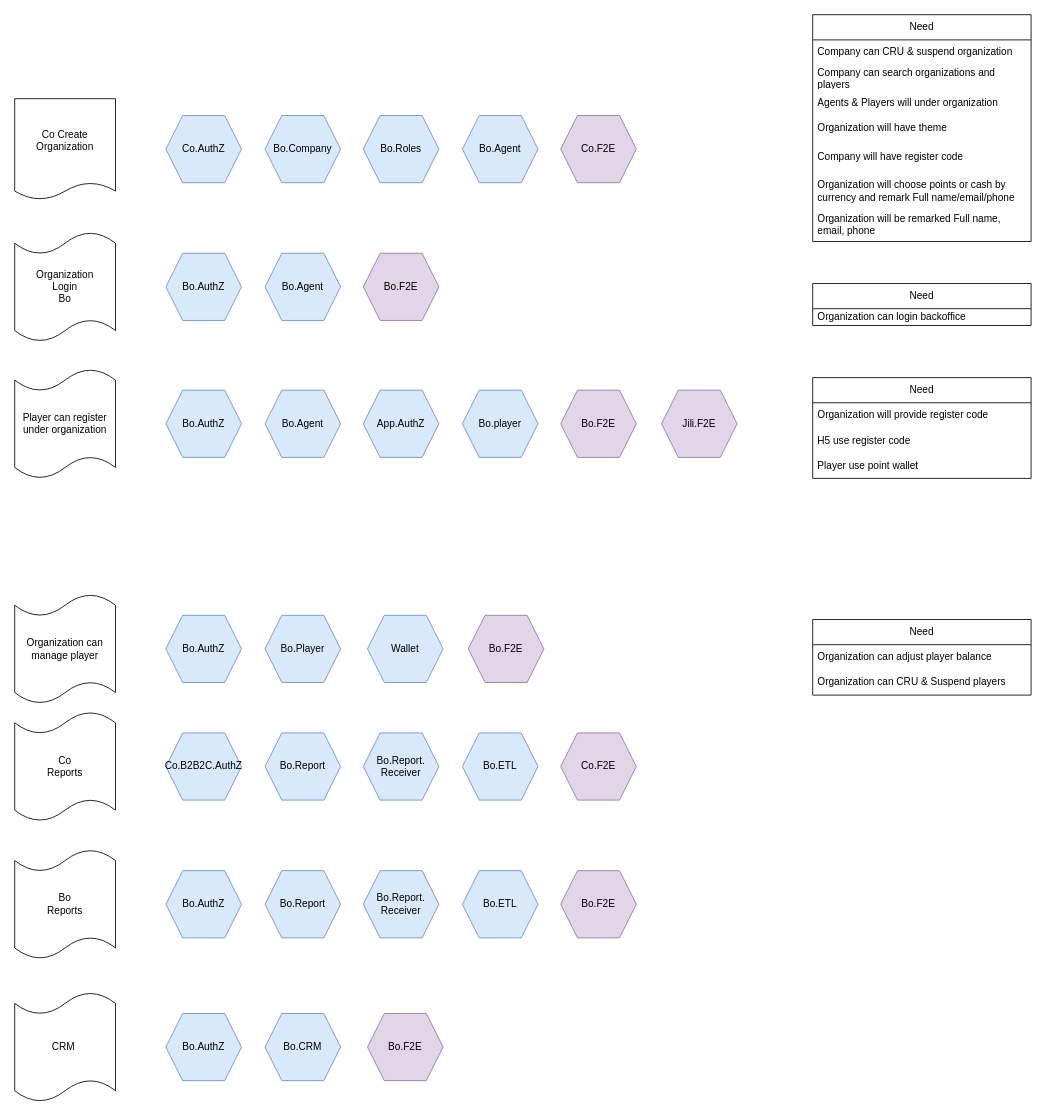
Before: page "Develop Order" (6 of 6) of Bluewhale.drawio in ZoeHYH/Bluewhale, a draw.io diagram. Source tidied: cells renumbered, new cells numbered last; positions are measured from the earlier drawing's top-left corner, leaving out a move shared by most shapes. Both pictures are drawn from the tidied source at 84%, with x=0, y=0 at pixel (14, 14).
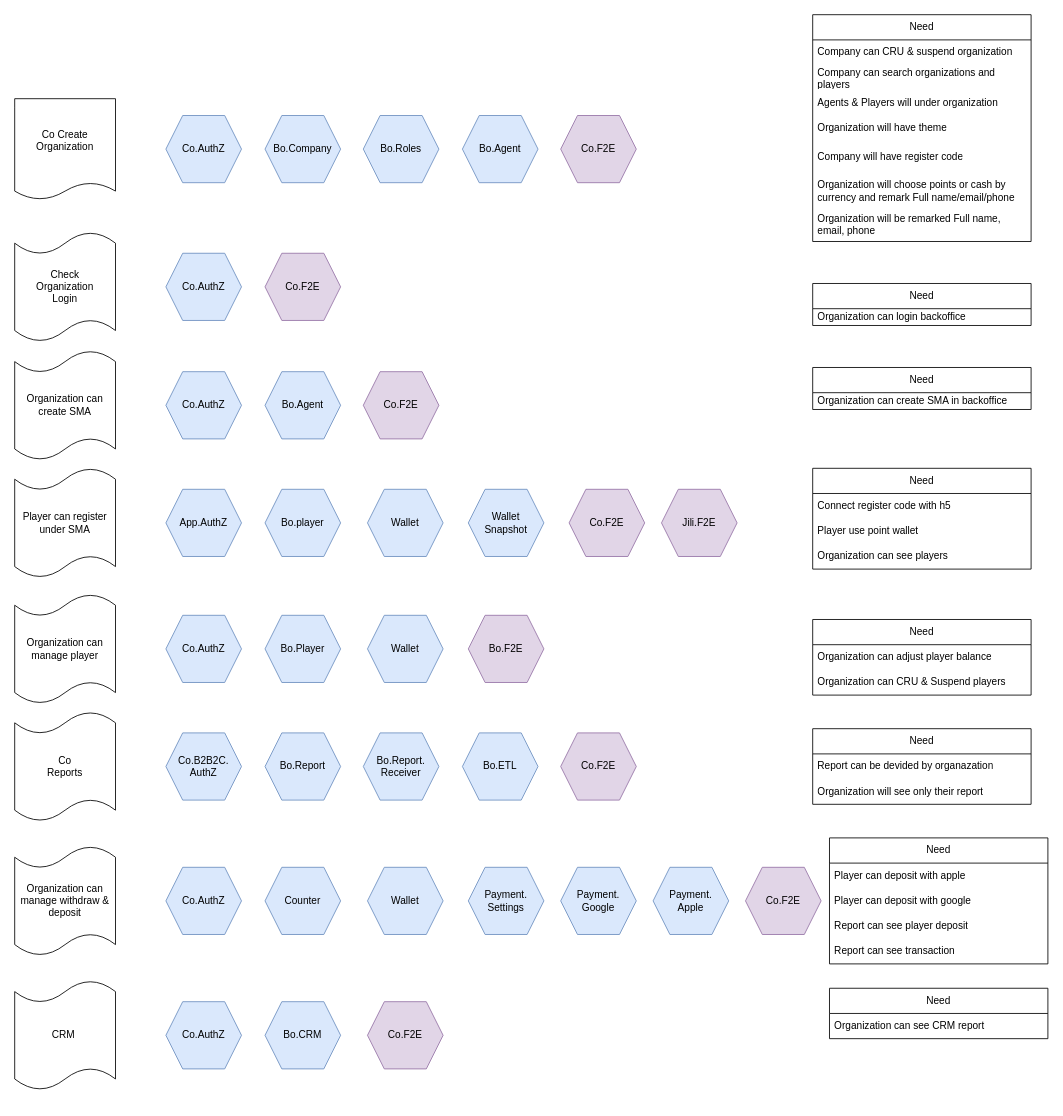
After the change.

The change refers to these unchanged cells:
```xml
<mxCell id="27" style="group;flipV=1;" parent="1" vertex="1">
  <mxGeometry y="259" width="505" height="130" as="geometry" />
</mxCell>
<mxCell id="29" style="group;" parent="27" vertex="1">
  <mxGeometry x="180" y="25" width="325" height="80" as="geometry" />
</mxCell>
<mxCell id="35" style="group;" parent="33" vertex="1">
  <mxGeometry x="180" y="25" width="680" height="80" as="geometry" />
</mxCell>
<mxCell id="44" style="group;" parent="42" vertex="1">
  <mxGeometry x="180" y="25" width="560" height="80" as="geometry" />
</mxCell>
<mxCell id="60" style="group;" parent="58" vertex="1">
  <mxGeometry x="180" y="25" width="560" height="80" as="geometry" />
</mxCell>
<mxCell id="66" style="group;" parent="64" vertex="1">
  <mxGeometry x="180" y="25" width="680" height="80" as="geometry" />
</mxCell>
```

What changed in the source:
```diff
@@
     <mxCell id="13" value="Need" style="swimlane;fontStyle=0;horizontal=1;startSize=30;whiteSpace=wrap;html=1;" parent="1" vertex="1">
-      <mxGeometry x="950" y="432" width="260" height="120" as="geometry" />
+      <mxGeometry x="950" y="540" width="260" height="120" as="geometry" />
     </mxCell>
-    <mxCell id="14" value="&lt;span style=&quot;text-align: center;&quot;&gt;Organization will provide register code&lt;/span&gt;" style="text;strokeColor=none;fillColor=none;align=left;verticalAlign=middle;spacingLeft=4;spacingRight=4;overflow=hidden;whiteSpace=wrap;html=1;" parent="13" vertex="1">
+    <mxCell id="14" value="&lt;span style=&quot;text-align: center;&quot;&gt;Connect register code with h5&lt;/span&gt;" style="text;strokeColor=none;fillColor=none;align=left;verticalAlign=middle;spacingLeft=4;spacingRight=4;overflow=hidden;whiteSpace=wrap;html=1;" parent="13" vertex="1">
       <mxGeometry y="30" width="260" height="30" as="geometry" />
     </mxCell>
-    <mxCell id="15" value="&lt;div style=&quot;text-align: center;&quot;&gt;&lt;span style=&quot;background-color: initial;&quot;&gt;H5 use register code&lt;/span&gt;&lt;/div&gt;" style="text;strokeColor=none;fillColor=none;align=left;verticalAlign=middle;spacingLeft=4;spacingRight=4;overflow=hidden;whiteSpace=wrap;html=1;" parent="13" vertex="1">
-      <mxGeometry y="60" width="260" height="30" as="geometry" />
-    </mxCell>
     <mxCell id="16" value="&lt;div style=&quot;text-align: center;&quot;&gt;&lt;span style=&quot;background-color: initial;&quot;&gt;Player use point wallet&lt;/span&gt;&lt;/div&gt;" style="text;strokeColor=none;fillColor=none;align=left;verticalAlign=middle;spacingLeft=4;spacingRight=4;overflow=hidden;whiteSpace=wrap;html=1;" parent="13" vertex="1">
-      <mxGeometry y="90" width="260" height="30" as="geometry" />
+      <mxGeometry y="60" width="260" height="30" as="geometry" />
     </mxCell>
+    <mxCell id="71" value="&lt;div style=&quot;text-align: center;&quot;&gt;&lt;span style=&quot;background-color: initial;&quot;&gt;Organization can see players&amp;nbsp;&lt;/span&gt;&lt;/div&gt;" style="text;strokeColor=none;fillColor=none;align=left;verticalAlign=middle;spacingLeft=4;spacingRight=4;overflow=hidden;whiteSpace=wrap;html=1;" parent="13" vertex="1">
+      <mxGeometry y="90" width="260" height="30" as="geometry" />
+    </mxCell>
@@
-    <mxCell id="28" value="Organization&lt;br&gt;Login&lt;br&gt;Bo" style="shape=tape;whiteSpace=wrap;html=1;size=0.2;" parent="27" vertex="1">
+    <mxCell id="28" value="Check&lt;div&gt;Organization&lt;br&gt;Login&lt;/div&gt;" style="shape=tape;whiteSpace=wrap;html=1;size=0.2;" parent="27" vertex="1">
       <mxGeometry width="120" height="130" as="geometry" />
     </mxCell>
@@
-    <mxCell id="30" value="Bo.F2E" style="shape=hexagon;perimeter=hexagonPerimeter2;whiteSpace=wrap;html=1;fixedSize=1;size=20;fillColor=#e1d5e7;strokeColor=#9673a6;" parent="29" vertex="1">
-      <mxGeometry x="235" width="90" height="80" as="geometry" />
-    </mxCell>
-    <mxCell id="31" value="Bo.Agent" style="shape=hexagon;perimeter=hexagonPerimeter2;whiteSpace=wrap;html=1;fixedSize=1;size=20;fillColor=#dae8fc;strokeColor=#6c8ebf;" parent="29" vertex="1">
+    <mxCell id="31" value="Co.F2E" style="shape=hexagon;perimeter=hexagonPerimeter2;whiteSpace=wrap;html=1;fixedSize=1;size=20;fillColor=#e1d5e7;strokeColor=#9673a6;" parent="29" vertex="1">
       <mxGeometry x="118" width="90" height="80" as="geometry" />
     </mxCell>
-    <mxCell id="32" value="Bo.AuthZ" style="shape=hexagon;perimeter=hexagonPerimeter2;whiteSpace=wrap;html=1;fixedSize=1;size=20;fillColor=#dae8fc;strokeColor=#6c8ebf;" parent="29" vertex="1">
+    <mxCell id="32" value="Co.AuthZ" style="shape=hexagon;perimeter=hexagonPerimeter2;whiteSpace=wrap;html=1;fixedSize=1;size=20;fillColor=#dae8fc;strokeColor=#6c8ebf;" parent="29" vertex="1">
       <mxGeometry width="90" height="80" as="geometry" />
     </mxCell>
     <mxCell id="33" style="group;flipV=1;" parent="1" vertex="1">
-      <mxGeometry y="422" width="860" height="130" as="geometry" />
+      <mxGeometry y="540" width="860" height="130" as="geometry" />
     </mxCell>
-    <mxCell id="34" value="Player can register&lt;br&gt;under organization" style="shape=tape;whiteSpace=wrap;html=1;size=0.2;" parent="33" vertex="1">
+    <mxCell id="34" value="Player can register&lt;br&gt;under SMA" style="shape=tape;whiteSpace=wrap;html=1;size=0.2;" parent="33" vertex="1">
       <mxGeometry width="120" height="130" as="geometry" />
     </mxCell>
@@
-    <mxCell id="36" value="Bo.F2E" style="shape=hexagon;perimeter=hexagonPerimeter2;whiteSpace=wrap;html=1;fixedSize=1;size=20;fillColor=#e1d5e7;strokeColor=#9673a6;" parent="35" vertex="1">
-      <mxGeometry x="470" width="90" height="80" as="geometry" />
+    <mxCell id="36" value="Co.F2E" style="shape=hexagon;perimeter=hexagonPerimeter2;whiteSpace=wrap;html=1;fixedSize=1;size=20;fillColor=#e1d5e7;strokeColor=#9673a6;" parent="35" vertex="1">
+      <mxGeometry x="480" width="90" height="80" as="geometry" />
     </mxCell>
-    <mxCell id="37" value="Bo.Agent" style="shape=hexagon;perimeter=hexagonPerimeter2;whiteSpace=wrap;html=1;fixedSize=1;size=20;fillColor=#dae8fc;strokeColor=#6c8ebf;" parent="35" vertex="1">
-      <mxGeometry x="118" width="90" height="80" as="geometry" />
-    </mxCell>
-    <mxCell id="38" value="Bo.AuthZ" style="shape=hexagon;perimeter=hexagonPerimeter2;whiteSpace=wrap;html=1;fixedSize=1;size=20;fillColor=#dae8fc;strokeColor=#6c8ebf;" parent="35" vertex="1">
-      <mxGeometry width="90" height="80" as="geometry" />
-    </mxCell>
@@
     <mxCell id="40" value="App.AuthZ" style="shape=hexagon;perimeter=hexagonPerimeter2;whiteSpace=wrap;html=1;fixedSize=1;size=20;fillColor=#dae8fc;strokeColor=#6c8ebf;" parent="35" vertex="1">
-      <mxGeometry x="235" width="90" height="80" as="geometry" />
+      <mxGeometry width="90" height="80" as="geometry" />
     </mxCell>
     <mxCell id="41" value="Bo.player" style="shape=hexagon;perimeter=hexagonPerimeter2;whiteSpace=wrap;html=1;fixedSize=1;size=20;fillColor=#dae8fc;strokeColor=#6c8ebf;" parent="35" vertex="1">
-      <mxGeometry x="353" width="90" height="80" as="geometry" />
+      <mxGeometry x="118" width="90" height="80" as="geometry" />
     </mxCell>
+    <mxCell id="72" value="Wallet" style="shape=hexagon;perimeter=hexagonPerimeter2;whiteSpace=wrap;html=1;fixedSize=1;size=20;fillColor=#dae8fc;strokeColor=#6c8ebf;" parent="35" vertex="1">
+      <mxGeometry x="240" width="90" height="80" as="geometry" />
+    </mxCell>
+    <mxCell id="73" value="Wallet&lt;div&gt;Snapshot&lt;/div&gt;" style="shape=hexagon;perimeter=hexagonPerimeter2;whiteSpace=wrap;html=1;fixedSize=1;size=20;fillColor=#dae8fc;strokeColor=#6c8ebf;" parent="35" vertex="1">
+      <mxGeometry x="360" width="90" height="80" as="geometry" />
+    </mxCell>
@@
-    <mxCell id="45" value="Co.B2B2C.AuthZ" style="shape=hexagon;perimeter=hexagonPerimeter2;whiteSpace=wrap;html=1;fixedSize=1;size=20;fillColor=#dae8fc;strokeColor=#6c8ebf;" parent="44" vertex="1">
+    <mxCell id="45" value="Co.B2B2C.&lt;div&gt;AuthZ&lt;/div&gt;" style="shape=hexagon;perimeter=hexagonPerimeter2;whiteSpace=wrap;html=1;fixedSize=1;size=20;fillColor=#dae8fc;strokeColor=#6c8ebf;" parent="44" vertex="1">
       <mxGeometry width="90" height="80" as="geometry" />
     </mxCell>
@@
-    <mxCell id="50" style="group;flipV=1;" parent="1" vertex="1">
-      <mxGeometry y="994" width="740" height="130" as="geometry" />
-    </mxCell>
-    <mxCell id="51" value="Bo&lt;br&gt;Reports" style="shape=tape;whiteSpace=wrap;html=1;size=0.2;" parent="50" vertex="1">
-      <mxGeometry width="120" height="130" as="geometry" />
-    </mxCell>
-    <mxCell id="52" style="group;" parent="50" vertex="1">
-      <mxGeometry x="180" y="25" width="560" height="80" as="geometry" />
-    </mxCell>
-    <mxCell id="53" value="Bo.AuthZ" style="shape=hexagon;perimeter=hexagonPerimeter2;whiteSpace=wrap;html=1;fixedSize=1;size=20;fillColor=#dae8fc;strokeColor=#6c8ebf;" parent="52" vertex="1">
-      <mxGeometry width="90" height="80" as="geometry" />
-    </mxCell>
-    <mxCell id="54" value="Bo.Report" style="shape=hexagon;perimeter=hexagonPerimeter2;whiteSpace=wrap;html=1;fixedSize=1;size=20;fillColor=#dae8fc;strokeColor=#6c8ebf;" parent="52" vertex="1">
-      <mxGeometry x="118" width="90" height="80" as="geometry" />
-    </mxCell>
-    <mxCell id="55" value="Bo.F2E" style="shape=hexagon;perimeter=hexagonPerimeter2;whiteSpace=wrap;html=1;fixedSize=1;size=20;fillColor=#e1d5e7;strokeColor=#9673a6;" parent="52" vertex="1">
-      <mxGeometry x="470" width="90" height="80" as="geometry" />
-    </mxCell>
-    <mxCell id="56" value="Bo.ETL" style="shape=hexagon;perimeter=hexagonPerimeter2;whiteSpace=wrap;html=1;fixedSize=1;size=20;fillColor=#dae8fc;strokeColor=#6c8ebf;" parent="52" vertex="1">
-      <mxGeometry x="353" width="90" height="80" as="geometry" />
-    </mxCell>
-    <mxCell id="57" value="Bo.Report.&lt;br&gt;Receiver" style="shape=hexagon;perimeter=hexagonPerimeter2;whiteSpace=wrap;html=1;fixedSize=1;size=20;fillColor=#dae8fc;strokeColor=#6c8ebf;" parent="52" vertex="1">
-      <mxGeometry x="235" width="90" height="80" as="geometry" />
-    </mxCell>
     <mxCell id="58" style="group;flipV=1;" parent="1" vertex="1">
-      <mxGeometry y="1164" width="740" height="130" as="geometry" />
+      <mxGeometry y="1150" width="740" height="130" as="geometry" />
     </mxCell>
@@
-    <mxCell id="61" value="Bo.AuthZ" style="shape=hexagon;perimeter=hexagonPerimeter2;whiteSpace=wrap;html=1;fixedSize=1;size=20;fillColor=#dae8fc;strokeColor=#6c8ebf;" parent="60" vertex="1">
+    <mxCell id="61" value="Co.AuthZ" style="shape=hexagon;perimeter=hexagonPerimeter2;whiteSpace=wrap;html=1;fixedSize=1;size=20;fillColor=#dae8fc;strokeColor=#6c8ebf;" parent="60" vertex="1">
       <mxGeometry width="90" height="80" as="geometry" />
     </mxCell>
@@
-    <mxCell id="63" value="Bo.F2E" style="shape=hexagon;perimeter=hexagonPerimeter2;whiteSpace=wrap;html=1;fixedSize=1;size=20;fillColor=#e1d5e7;strokeColor=#9673a6;" parent="60" vertex="1">
+    <mxCell id="63" value="Co.F2E" style="shape=hexagon;perimeter=hexagonPerimeter2;whiteSpace=wrap;html=1;fixedSize=1;size=20;fillColor=#e1d5e7;strokeColor=#9673a6;" parent="60" vertex="1">
       <mxGeometry x="240" width="90" height="80" as="geometry" />
     </mxCell>
@@
-    <mxCell id="69" value="Bo.AuthZ" style="shape=hexagon;perimeter=hexagonPerimeter2;whiteSpace=wrap;html=1;fixedSize=1;size=20;fillColor=#dae8fc;strokeColor=#6c8ebf;" parent="66" vertex="1">
+    <mxCell id="69" value="Co.AuthZ" style="shape=hexagon;perimeter=hexagonPerimeter2;whiteSpace=wrap;html=1;fixedSize=1;size=20;fillColor=#dae8fc;strokeColor=#6c8ebf;" parent="66" vertex="1">
       <mxGeometry width="90" height="80" as="geometry" />
     </mxCell>
@@
+    <mxCell id="74" style="group;flipV=1;" parent="1" vertex="1">
+      <mxGeometry y="400" width="860" height="130" as="geometry" />
+    </mxCell>
+    <mxCell id="75" value="&lt;div&gt;Organization can&lt;/div&gt;&lt;div&gt;create SMA&lt;br&gt;&lt;/div&gt;" style="shape=tape;whiteSpace=wrap;html=1;size=0.2;" parent="74" vertex="1">
+      <mxGeometry width="120" height="130" as="geometry" />
+    </mxCell>
+    <mxCell id="76" style="group;" parent="74" vertex="1">
+      <mxGeometry x="180" y="25" width="680" height="80" as="geometry" />
+    </mxCell>
+    <mxCell id="37" value="Bo.Agent" style="shape=hexagon;perimeter=hexagonPerimeter2;whiteSpace=wrap;html=1;fixedSize=1;size=20;fillColor=#dae8fc;strokeColor=#6c8ebf;" parent="76" vertex="1">
+      <mxGeometry x="118" width="90" height="80" as="geometry" />
+    </mxCell>
+    <mxCell id="77" value="Co.AuthZ" style="shape=hexagon;perimeter=hexagonPerimeter2;whiteSpace=wrap;html=1;fixedSize=1;size=20;fillColor=#dae8fc;strokeColor=#6c8ebf;" parent="76" vertex="1">
+      <mxGeometry width="90" height="80" as="geometry" />
+    </mxCell>
+    <mxCell id="78" value="Co.F2E" style="shape=hexagon;perimeter=hexagonPerimeter2;whiteSpace=wrap;html=1;fixedSize=1;size=20;fillColor=#e1d5e7;strokeColor=#9673a6;" parent="76" vertex="1">
+      <mxGeometry x="235" width="90" height="80" as="geometry" />
+    </mxCell>
+    <mxCell id="79" value="Need" style="swimlane;fontStyle=0;horizontal=1;startSize=30;whiteSpace=wrap;html=1;" parent="1" vertex="1">
+      <mxGeometry x="950" y="420" width="260" height="50" as="geometry" />
+    </mxCell>
+    <mxCell id="80" value="&lt;div style=&quot;text-align: center;&quot;&gt;&lt;span style=&quot;background-color: initial;&quot;&gt;Organization can create SMA in backoffice&lt;/span&gt;&lt;/div&gt;" style="text;strokeColor=none;fillColor=none;align=left;verticalAlign=middle;spacingLeft=4;spacingRight=4;overflow=hidden;whiteSpace=wrap;html=1;" parent="79" vertex="1">
+      <mxGeometry y="30" width="260" height="20" as="geometry" />
+    </mxCell>
+    <mxCell id="81" style="group;flipV=1;" parent="1" vertex="1">
+      <mxGeometry y="990" width="860" height="130" as="geometry" />
+    </mxCell>
+    <mxCell id="82" value="Organization can manage withdraw &amp;amp; deposit" style="shape=tape;whiteSpace=wrap;html=1;size=0.2;" parent="81" vertex="1">
+      <mxGeometry width="120" height="130" as="geometry" />
+    </mxCell>
+    <mxCell id="83" style="group;" parent="81" vertex="1">
+      <mxGeometry x="180" y="25" width="680" height="80" as="geometry" />
+    </mxCell>
+    <mxCell id="84" value="Wallet" style="shape=hexagon;perimeter=hexagonPerimeter2;whiteSpace=wrap;html=1;fixedSize=1;size=20;fillColor=#dae8fc;strokeColor=#6c8ebf;" parent="83" vertex="1">
+      <mxGeometry x="240" width="90" height="80" as="geometry" />
+    </mxCell>
+    <mxCell id="85" value="Counter" style="shape=hexagon;perimeter=hexagonPerimeter2;whiteSpace=wrap;html=1;fixedSize=1;size=20;fillColor=#dae8fc;strokeColor=#6c8ebf;" parent="83" vertex="1">
+      <mxGeometry x="118" width="90" height="80" as="geometry" />
+    </mxCell>
+    <mxCell id="86" value="Co.AuthZ" style="shape=hexagon;perimeter=hexagonPerimeter2;whiteSpace=wrap;html=1;fixedSize=1;size=20;fillColor=#dae8fc;strokeColor=#6c8ebf;" parent="83" vertex="1">
+      <mxGeometry width="90" height="80" as="geometry" />
+    </mxCell>
+    <mxCell id="87" value="Payment.&lt;div&gt;Settings&lt;/div&gt;" style="shape=hexagon;perimeter=hexagonPerimeter2;whiteSpace=wrap;html=1;fixedSize=1;size=20;fillColor=#dae8fc;strokeColor=#6c8ebf;" parent="83" vertex="1">
+      <mxGeometry x="360" width="90" height="80" as="geometry" />
+    </mxCell>
+    <mxCell id="88" value="Payment.&lt;div&gt;Google&lt;/div&gt;" style="shape=hexagon;perimeter=hexagonPerimeter2;whiteSpace=wrap;html=1;fixedSize=1;size=20;fillColor=#dae8fc;strokeColor=#6c8ebf;" parent="83" vertex="1">
+      <mxGeometry x="470" width="90" height="80" as="geometry" />
+    </mxCell>
+    <mxCell id="89" value="Payment.&lt;div&gt;Apple&lt;/div&gt;" style="shape=hexagon;perimeter=hexagonPerimeter2;whiteSpace=wrap;html=1;fixedSize=1;size=20;fillColor=#dae8fc;strokeColor=#6c8ebf;" parent="83" vertex="1">
+      <mxGeometry x="580" width="90" height="80" as="geometry" />
+    </mxCell>
+    <mxCell id="90" value="Co.F2E" style="shape=hexagon;perimeter=hexagonPerimeter2;whiteSpace=wrap;html=1;fixedSize=1;size=20;fillColor=#e1d5e7;strokeColor=#9673a6;" parent="1" vertex="1">
+      <mxGeometry x="870" y="1015" width="90" height="80" as="geometry" />
+    </mxCell>
+    <mxCell id="91" value="Need" style="swimlane;fontStyle=0;horizontal=1;startSize=30;whiteSpace=wrap;html=1;" parent="1" vertex="1">
+      <mxGeometry x="950" y="850" width="260" height="90" as="geometry" />
+    </mxCell>
+    <mxCell id="92" value="&lt;span style=&quot;text-align: center;&quot;&gt;Report can be devided by organazation&lt;/span&gt;" style="text;strokeColor=none;fillColor=none;align=left;verticalAlign=middle;spacingLeft=4;spacingRight=4;overflow=hidden;whiteSpace=wrap;html=1;" parent="91" vertex="1">
+      <mxGeometry y="30" width="260" height="30" as="geometry" />
+    </mxCell>
+    <mxCell id="93" value="&lt;span style=&quot;text-align: center;&quot;&gt;Organization will see only their report&lt;/span&gt;" style="text;strokeColor=none;fillColor=none;align=left;verticalAlign=middle;spacingLeft=4;spacingRight=4;overflow=hidden;whiteSpace=wrap;html=1;" parent="91" vertex="1">
+      <mxGeometry y="60" width="260" height="30" as="geometry" />
+    </mxCell>
+    <mxCell id="94" value="Need" style="swimlane;fontStyle=0;horizontal=1;startSize=30;whiteSpace=wrap;html=1;" parent="1" vertex="1">
+      <mxGeometry x="970" y="980" width="260" height="150" as="geometry" />
+    </mxCell>
+    <mxCell id="95" value="&lt;span style=&quot;text-align: center;&quot;&gt;Player can deposit with apple&lt;/span&gt;" style="text;strokeColor=none;fillColor=none;align=left;verticalAlign=middle;spacingLeft=4;spacingRight=4;overflow=hidden;whiteSpace=wrap;html=1;" parent="94" vertex="1">
+      <mxGeometry y="30" width="260" height="30" as="geometry" />
+    </mxCell>
+    <mxCell id="96" value="&lt;span style=&quot;text-align: center;&quot;&gt;Player can deposit with google&amp;nbsp;&lt;/span&gt;" style="text;strokeColor=none;fillColor=none;align=left;verticalAlign=middle;spacingLeft=4;spacingRight=4;overflow=hidden;whiteSpace=wrap;html=1;" parent="94" vertex="1">
+      <mxGeometry y="60" width="260" height="30" as="geometry" />
+    </mxCell>
+    <mxCell id="97" value="&lt;span style=&quot;text-align: center;&quot;&gt;Report can see player deposit&lt;/span&gt;" style="text;strokeColor=none;fillColor=none;align=left;verticalAlign=middle;spacingLeft=4;spacingRight=4;overflow=hidden;whiteSpace=wrap;html=1;" parent="94" vertex="1">
+      <mxGeometry y="90" width="260" height="30" as="geometry" />
+    </mxCell>
+    <mxCell id="98" value="&lt;span style=&quot;text-align: center;&quot;&gt;Report can see transaction&lt;/span&gt;" style="text;strokeColor=none;fillColor=none;align=left;verticalAlign=middle;spacingLeft=4;spacingRight=4;overflow=hidden;whiteSpace=wrap;html=1;" parent="94" vertex="1">
+      <mxGeometry y="120" width="260" height="30" as="geometry" />
+    </mxCell>
+    <mxCell id="99" value="Need" style="swimlane;fontStyle=0;horizontal=1;startSize=30;whiteSpace=wrap;html=1;" parent="1" vertex="1">
+      <mxGeometry x="970" y="1159" width="260" height="60" as="geometry" />
+    </mxCell>
+    <mxCell id="100" value="&lt;span style=&quot;text-align: center;&quot;&gt;Organization can see CRM report&lt;/span&gt;" style="text;strokeColor=none;fillColor=none;align=left;verticalAlign=middle;spacingLeft=4;spacingRight=4;overflow=hidden;whiteSpace=wrap;html=1;" parent="99" vertex="1">
+      <mxGeometry y="30" width="260" height="30" as="geometry" />
+    </mxCell>
```
